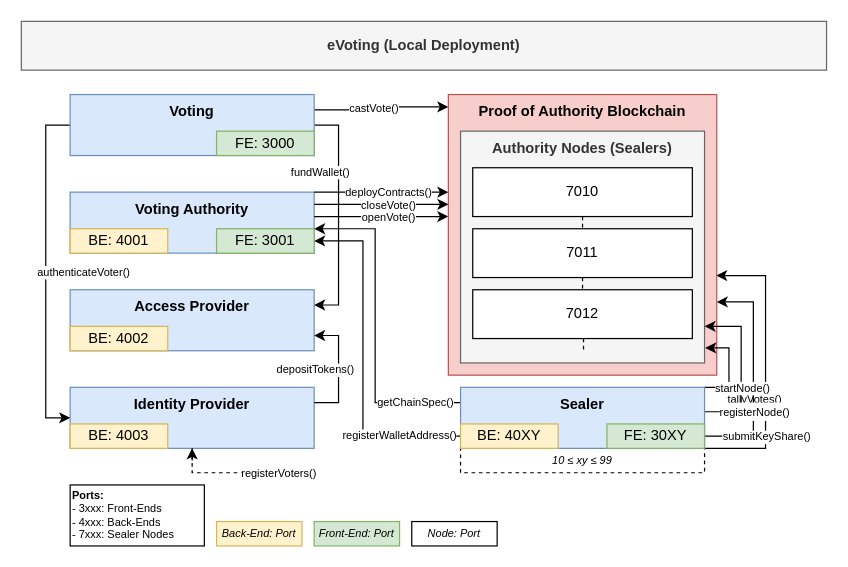
Earlier version of the draw.io diagram assets/eVoting.drawio (alexscheitlin/master-project-evoting). Source tidied: cells renumbered, new cells numbered last; positions are measured from the earlier drawing's top-left corner, leaving out a move shared by most shapes. Both pictures are drawn from the tidied source at 122%, with x=0, y=0 at pixel (21, 21).
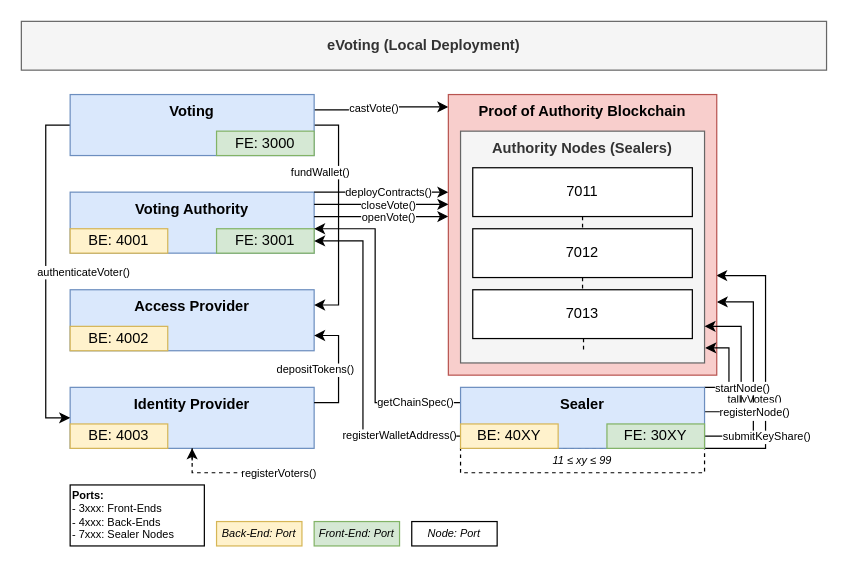
The same page after the edit.

What changed in the source:
```diff
@@
-    <mxCell id="39" value="7010" style="rounded=0;whiteSpace=wrap;html=1;align=center;" parent="1" vertex="1">
+    <mxCell id="39" value="7011" style="rounded=0;whiteSpace=wrap;html=1;align=center;" parent="1" vertex="1">
       <mxGeometry x="370" y="120" width="180" height="40" as="geometry" />
     </mxCell>
@@
-    <mxCell id="41" value="7011" style="rounded=0;whiteSpace=wrap;html=1;align=center;" parent="1" vertex="1">
+    <mxCell id="41" value="7012" style="rounded=0;whiteSpace=wrap;html=1;align=center;" parent="1" vertex="1">
       <mxGeometry x="370" y="170" width="180" height="40" as="geometry" />
     </mxCell>
-    <mxCell id="42" value="7012" style="rounded=0;whiteSpace=wrap;html=1;align=center;" parent="1" vertex="1">
+    <mxCell id="42" value="7013" style="rounded=0;whiteSpace=wrap;html=1;align=center;" parent="1" vertex="1">
       <mxGeometry x="370" y="220" width="180" height="40" as="geometry" />
     </mxCell>
@@
-    <mxCell id="44" value="&lt;font style=&quot;font-size: 9px&quot;&gt;10 &lt;span style=&quot;font-weight: normal ; font-size: 9px&quot;&gt;&lt;span class=&quot;code char&quot; style=&quot;font-size: 9px&quot;&gt;≤ &lt;/span&gt;&lt;/span&gt;xy &lt;/font&gt;&lt;font style=&quot;font-size: 9px&quot;&gt;&lt;font style=&quot;font-size: 9px&quot;&gt;&lt;span style=&quot;font-weight: normal ; font-size: 9px&quot;&gt;&lt;span class=&quot;code char&quot; style=&quot;font-size: 9px&quot;&gt;≤&lt;/span&gt;&lt;/span&gt;&lt;/font&gt; 99&lt;/font&gt;&lt;font style=&quot;font-size: 9px&quot;&gt;&lt;br style=&quot;font-size: 9px&quot;&gt;&lt;/font&gt;" style="rounded=0;whiteSpace=wrap;html=1;fontSize=9;dashed=1;fontStyle=2;" parent="1" vertex="1">
+    <mxCell id="44" value="&lt;font style=&quot;font-size: 9px&quot;&gt;11&amp;nbsp;&lt;span style=&quot;font-weight: normal ; font-size: 9px&quot;&gt;&lt;span class=&quot;code char&quot; style=&quot;font-size: 9px&quot;&gt;≤ &lt;/span&gt;&lt;/span&gt;xy &lt;/font&gt;&lt;font style=&quot;font-size: 9px&quot;&gt;&lt;font style=&quot;font-size: 9px&quot;&gt;&lt;span style=&quot;font-weight: normal ; font-size: 9px&quot;&gt;&lt;span class=&quot;code char&quot; style=&quot;font-size: 9px&quot;&gt;≤&lt;/span&gt;&lt;/span&gt;&lt;/font&gt; 99&lt;/font&gt;&lt;font style=&quot;font-size: 9px&quot;&gt;&lt;br style=&quot;font-size: 9px&quot;&gt;&lt;/font&gt;" style="rounded=0;whiteSpace=wrap;html=1;fontSize=9;dashed=1;fontStyle=2;" parent="1" vertex="1">
       <mxGeometry x="360" y="350" width="200" height="20" as="geometry" />
     </mxCell>
```
